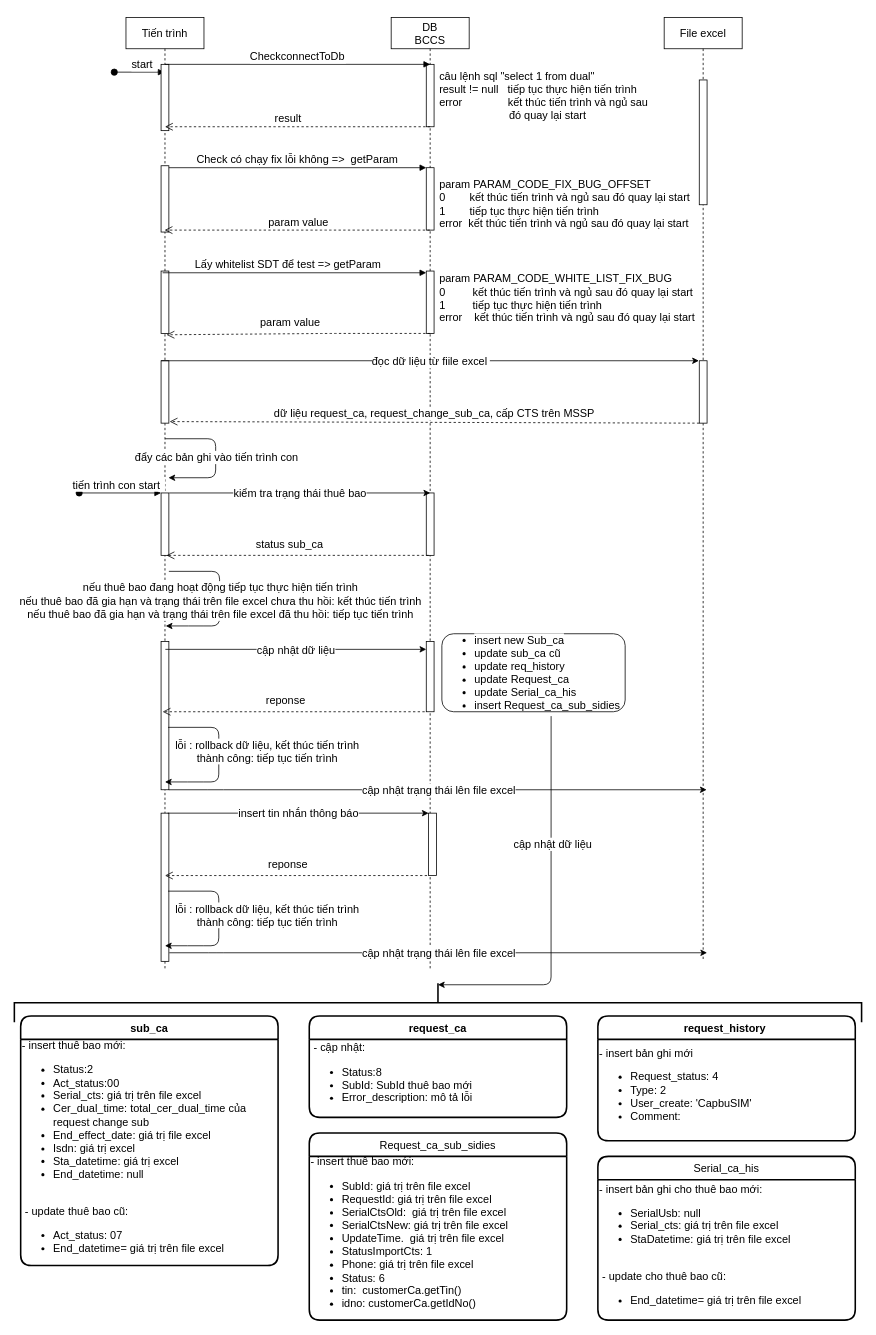
Earlier version of the draw.io diagram Untitled Diagram.drawio (tvthieu/testmerge). Source tidied: cells renumbered, new cells numbered last; positions are measured from the earlier drawing's top-left corner, leaving out a move shared by most shapes. Both pictures are drawn from the tidied source at 78%, with x=0, y=0 at pixel (20, 17).
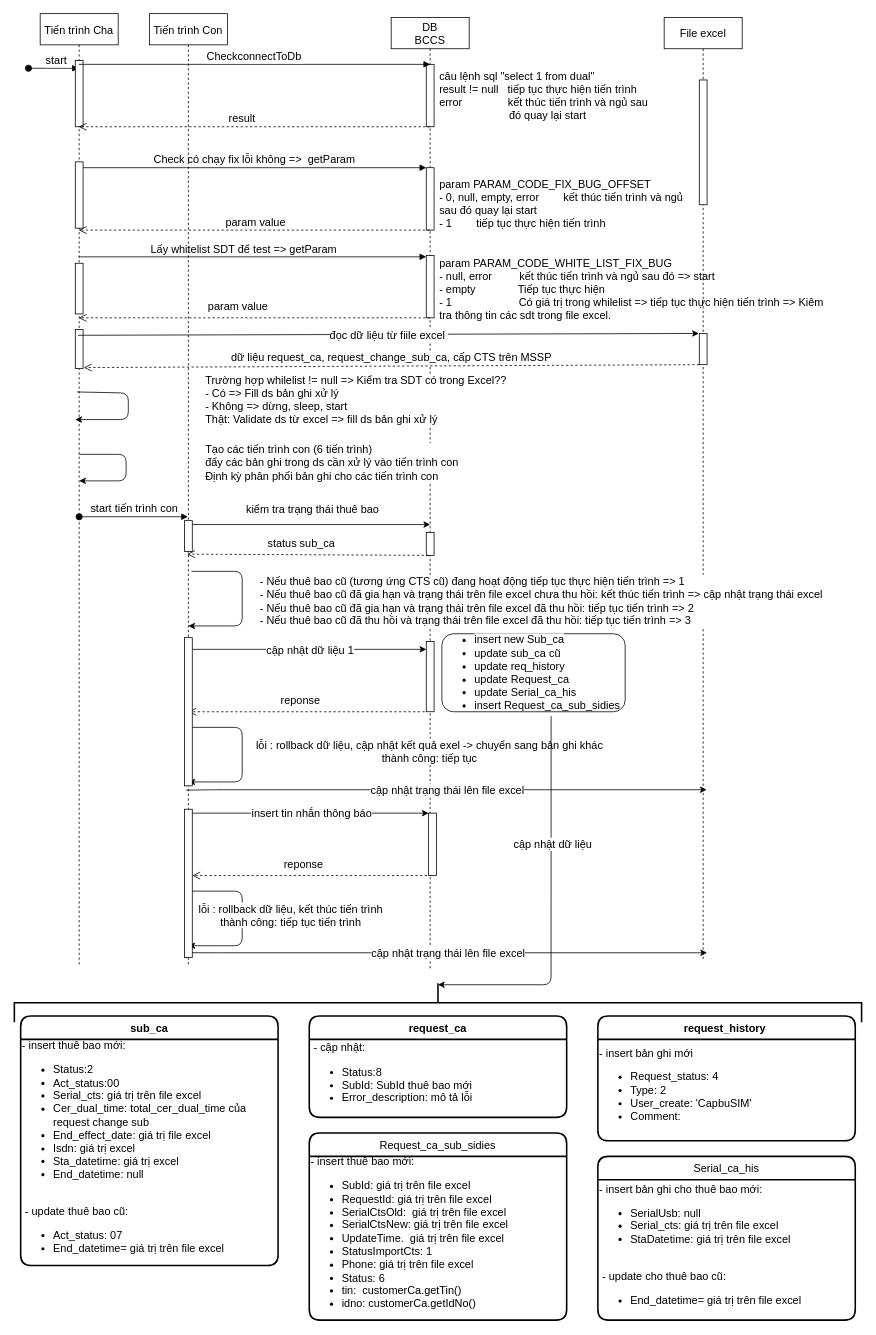
Above is the later version.

Unchanged cells that the change refers to:
```xml
<mxCell id="11" value="DB &#10;BCCS" style="shape=umlLifeline;perimeter=lifelinePerimeter;rounded=0;shadow=0;strokeWidth=1;fontSize=14;" parent="1" vertex="1">
  <mxGeometry x="475" width="100" height="1220" as="geometry" />
</mxCell>
<mxCell id="14" style="points=[];perimeter=orthogonalPerimeter;rounded=0;shadow=0;strokeWidth=1;fontSize=14;" parent="11" vertex="1">
  <mxGeometry x="45" y="60" width="10" height="80" as="geometry" />
</mxCell>
```

Diff of the diagram source:
```diff
@@
-    <mxCell id="2" value="Tiến trình" style="shape=umlLifeline;perimeter=lifelinePerimeter;rounded=0;shadow=0;strokeWidth=1;fontSize=14;" parent="1" vertex="1">
-      <mxGeometry x="135" width="100" height="1220" as="geometry" />
+    <mxCell id="2" value="Tiến trình Cha" style="shape=umlLifeline;perimeter=lifelinePerimeter;rounded=0;shadow=0;strokeWidth=1;fontSize=14;" parent="1" vertex="1">
+      <mxGeometry x="25" y="-5" width="100" height="1220" as="geometry" />
     </mxCell>
@@
     <mxCell id="5" style="points=[];perimeter=orthogonalPerimeter;rounded=0;shadow=0;strokeWidth=1;fontSize=14;" parent="2" vertex="1">
-      <mxGeometry x="45" y="440" width="10" height="80" as="geometry" />
+      <mxGeometry x="45" y="405" width="10" height="50" as="geometry" />
     </mxCell>
     <mxCell id="6" style="perimeter=orthogonalPerimeter;rounded=0;shadow=0;strokeWidth=1;fontSize=14;" parent="2" vertex="1">
-      <mxGeometry x="45" y="325" width="10" height="80" as="geometry" />
+      <mxGeometry x="45" y="320" width="10" height="65" as="geometry" />
     </mxCell>
@@
-    <mxCell id="8" style="perimeter=orthogonalPerimeter;rounded=0;shadow=0;strokeWidth=1;fontSize=14;" parent="2" vertex="1">
-      <mxGeometry x="45" y="609.5" width="10" height="80" as="geometry" />
-    </mxCell>
-    <mxCell id="9" style="points=[];perimeter=orthogonalPerimeter;rounded=0;shadow=0;strokeWidth=1;fontSize=14;" parent="2" vertex="1">
-      <mxGeometry x="45" y="800" width="10" height="190" as="geometry" />
-    </mxCell>
-    <mxCell id="10" style="points=[];perimeter=orthogonalPerimeter;rounded=0;shadow=0;strokeWidth=1;fontSize=14;" parent="2" vertex="1">
-      <mxGeometry x="45" y="1020" width="10" height="190" as="geometry" />
-    </mxCell>
@@
     <mxCell id="13" style="points=[];perimeter=orthogonalPerimeter;rounded=0;shadow=0;strokeWidth=1;fontSize=14;" parent="11" vertex="1">
-      <mxGeometry x="45" y="325" width="10" height="80" as="geometry" />
+      <mxGeometry x="45" y="305" width="10" height="80" as="geometry" />
     </mxCell>
@@
     <mxCell id="15" style="perimeter=orthogonalPerimeter;rounded=0;shadow=0;strokeWidth=1;fontSize=14;" parent="11" vertex="1">
-      <mxGeometry x="45" y="609.5" width="10" height="80" as="geometry" />
+      <mxGeometry x="45" y="660" width="10" height="29.5" as="geometry" />
     </mxCell>
@@
-    <mxCell id="18" value="param value" style="verticalAlign=bottom;endArrow=open;dashed=1;endSize=8;shadow=0;strokeWidth=1;fontSize=14;" parent="1" edge="1">
+    <mxCell id="18" value="param value" style="verticalAlign=bottom;endArrow=open;dashed=1;endSize=8;shadow=0;strokeWidth=1;fontSize=14;" parent="1" edge="1" target="2">
       <mxGeometry x="-0.01" relative="1" as="geometry">
         <mxPoint x="524.5" y="272.5" as="sourcePoint" />
-        <mxPoint x="184.5" y="272.5" as="targetPoint" />
         <Array as="points">
           <mxPoint x="395" y="272.5" />
         </Array>
       </mxGeometry>
     </mxCell>
@@
-    <mxCell id="22" value="&lt;div&gt;param&amp;nbsp;PARAM_CODE_FIX_BUG_OFFSET&amp;nbsp;&amp;nbsp;&lt;/div&gt;0&amp;nbsp; &amp;nbsp; &amp;nbsp; &amp;nbsp; kết thúc tiến trình và ngủ sau đó quay lại start&lt;div style=&quot;font-size: 14px&quot;&gt;1&amp;nbsp; &amp;nbsp; &amp;nbsp; &amp;nbsp; tiếp tục thực hiện tiến trình&lt;/div&gt;error&amp;nbsp; kết thúc tiến trình và ngủ sau đó quay lại start" style="text;html=1;strokeColor=none;fillColor=none;align=left;verticalAlign=middle;whiteSpace=wrap;rounded=0;fontSize=14;" parent="1" vertex="1">
+    <mxCell id="22" value="&lt;div&gt;param&amp;nbsp;PARAM_CODE_FIX_BUG_OFFSET&amp;nbsp;&amp;nbsp;&lt;/div&gt;- 0, null, empty, error&amp;nbsp; &amp;nbsp; &amp;nbsp; &amp;nbsp; kết thúc tiến trình và ngủ sau đó quay lại start&lt;div style=&quot;font-size: 14px&quot;&gt;- 1&amp;nbsp; &amp;nbsp; &amp;nbsp; &amp;nbsp; tiếp tục thực hiện tiến trình&lt;/div&gt;" style="text;html=1;strokeColor=none;fillColor=none;align=left;verticalAlign=middle;whiteSpace=wrap;rounded=0;fontSize=14;" parent="1" vertex="1">
       <mxGeometry x="535" y="207.5" width="330" height="62.5" as="geometry" />
     </mxCell>
-    <mxCell id="23" value="Lấy whitelist SDT để test =&gt; getParam" style="verticalAlign=bottom;endArrow=block;shadow=0;strokeWidth=1;exitX=0.47;exitY=0.312;exitDx=0;exitDy=0;exitPerimeter=0;fontSize=14;" parent="1" edge="1" target="13">
+    <mxCell id="23" value="Lấy whitelist SDT để test =&gt; getParam" style="verticalAlign=bottom;endArrow=block;shadow=0;strokeWidth=1;exitX=0.493;exitY=0.272;exitDx=0;exitDy=0;exitPerimeter=0;fontSize=14;" parent="1" edge="1" target="13">
       <mxGeometry x="-0.05" relative="1" as="geometry">
-        <mxPoint x="182" y="327.2" as="sourcePoint" />
+        <mxPoint x="74.3" y="306.8" as="sourcePoint" />
       </mxGeometry>
     </mxCell>
-    <mxCell id="24" value="param PARAM_CODE_WHITE_LIST_FIX_BUG&lt;br style=&quot;font-size: 14px;&quot;&gt;0&amp;nbsp; &amp;nbsp; &amp;nbsp; &amp;nbsp; &amp;nbsp;kết thúc tiến trình và ngủ sau đó quay lại start&lt;br style=&quot;font-size: 14px;&quot;&gt;1&amp;nbsp; &amp;nbsp; &amp;nbsp; &amp;nbsp; &amp;nbsp;tiếp tục thực hiện tiến trình&lt;br style=&quot;font-size: 14px;&quot;&gt;error&amp;nbsp; &amp;nbsp; kết thúc tiến trình và ngủ sau đó quay lại start" style="text;whiteSpace=wrap;html=1;fontSize=14;" parent="1" vertex="1">
-      <mxGeometry x="535" y="320" width="330" height="85" as="geometry" />
+    <mxCell id="24" value="param PARAM_CODE_WHITE_LIST_FIX_BUG&lt;br style=&quot;font-size: 14px&quot;&gt;- null, error&amp;nbsp; &amp;nbsp; &amp;nbsp; &amp;nbsp; &amp;nbsp;kết thúc tiến trình và ngủ sau đó =&amp;gt; start&lt;br style=&quot;font-size: 14px&quot;&gt;- empty&amp;nbsp; &amp;nbsp; &amp;nbsp; &amp;nbsp; &amp;nbsp; &amp;nbsp; &amp;nbsp; Tiếp tục thực hiện&lt;br&gt;- 1&amp;nbsp; &amp;nbsp; &amp;nbsp; &amp;nbsp; &amp;nbsp; &amp;nbsp; &amp;nbsp; &amp;nbsp; &amp;nbsp; &amp;nbsp; &amp;nbsp; Có giá trị trong whilelist =&amp;gt; tiếp tục thực hiện tiến trình =&amp;gt; Kiêm tra thông tin các sdt trong file excel." style="text;whiteSpace=wrap;html=1;fontSize=14;" parent="1" vertex="1">
+      <mxGeometry x="535" y="300" width="510" height="85" as="geometry" />
     </mxCell>
-    <mxCell id="25" value="param value" style="verticalAlign=bottom;endArrow=open;dashed=1;endSize=8;shadow=0;strokeWidth=1;entryX=0.52;entryY=0.429;entryDx=0;entryDy=0;entryPerimeter=0;fontSize=14;" parent="1" edge="1">
+    <mxCell id="25" value="param value" style="verticalAlign=bottom;endArrow=open;dashed=1;endSize=8;shadow=0;strokeWidth=1;fontSize=14;" parent="1" edge="1">
       <mxGeometry x="0.18" y="-20" relative="1" as="geometry">
-        <mxPoint x="525" y="405" as="sourcePoint" />
-        <mxPoint x="187" y="406.7" as="targetPoint" />
+        <mxPoint x="525" y="385" as="sourcePoint" />
+        <mxPoint x="74.4" y="385" as="targetPoint" />
         <Array as="points">
-          <mxPoint x="395.5" y="405" />
+          <mxPoint x="395.5" y="385" />
         </Array>
         <mxPoint x="20" y="16" as="offset" />
       </mxGeometry>
     </mxCell>
-    <mxCell id="26" value="CheckconnectToDb" style="verticalAlign=bottom;endArrow=block;entryX=0.5;entryY=0;shadow=0;strokeWidth=1;entryDx=0;entryDy=0;entryPerimeter=0;fontSize=14;" parent="1" edge="1" target="14">
-      <mxGeometry relative="1" as="geometry">
-        <mxPoint x="185" y="60" as="sourcePoint" />
-      </mxGeometry>
+    <mxCell id="26" value="CheckconnectToDb" style="verticalAlign=bottom;endArrow=block;entryX=0.5;entryY=0;shadow=0;strokeWidth=1;entryDx=0;entryDy=0;entryPerimeter=0;fontSize=14;" parent="1" edge="1" source="2" target="14">
+      <mxGeometry relative="1" as="geometry" />
     </mxCell>
-    <mxCell id="27" value="result " style="verticalAlign=bottom;endArrow=open;dashed=1;endSize=8;shadow=0;strokeWidth=1;fontSize=14;" parent="1" edge="1">
+    <mxCell id="27" value="result " style="verticalAlign=bottom;endArrow=open;dashed=1;endSize=8;shadow=0;strokeWidth=1;fontSize=14;" parent="1" edge="1" target="2">
       <mxGeometry x="0.06" relative="1" as="geometry">
         <mxPoint x="525" y="140" as="sourcePoint" />
-        <mxPoint x="185" y="140" as="targetPoint" />
       </mxGeometry>
     </mxCell>
@@
     <mxCell id="29" style="points=[];perimeter=orthogonalPerimeter;rounded=0;shadow=0;strokeWidth=1;fontSize=14;" parent="1" vertex="1">
-      <mxGeometry x="870" y="440" width="10" height="80" as="geometry" />
+      <mxGeometry x="870" y="405" width="10" height="40" as="geometry" />
     </mxCell>
-    <mxCell id="30" style="endArrow=classic;html=1;fontSize=14;" parent="1" edge="1">
+    <mxCell id="30" style="endArrow=classic;html=1;fontSize=14;exitX=0.483;exitY=0.338;exitDx=0;exitDy=0;exitPerimeter=0;" parent="1" edge="1" source="2">
       <mxGeometry relative="1" as="geometry">
-        <mxPoint x="180" y="440" as="sourcePoint" />
-        <mxPoint x="869.5" y="440" as="targetPoint" />
+        <mxPoint x="869.5" y="405" as="targetPoint" />
       </mxGeometry>
     </mxCell>
@@
-    <mxCell id="33" style="endArrow=classic;html=1;fontSize=14;" parent="1" edge="1">
+    <mxCell id="33" style="endArrow=classic;html=1;fontSize=14;" parent="1" edge="1" source="72">
       <mxGeometry relative="1" as="geometry">
-        <mxPoint x="190.5" y="609.5" as="sourcePoint" />
-        <mxPoint x="525" y="609.5" as="targetPoint" />
+        <mxPoint x="525" y="650" as="targetPoint" />
       </mxGeometry>
     </mxCell>
     <mxCell id="34" value="kiểm tra trạng thái thuê bao" style="edgeLabel;html=1;align=center;verticalAlign=middle;fontSize=14;" parent="33" vertex="1">
-      <mxGeometry relative="1" as="geometry" />
+      <mxGeometry relative="1" as="geometry">
+        <mxPoint y="-20" as="offset" />
+      </mxGeometry>
     </mxCell>
-    <mxCell id="35" value="status sub_ca" style="verticalAlign=bottom;endArrow=open;dashed=1;endSize=8;shadow=0;strokeWidth=1;fontSize=14;" parent="1" edge="1">
+    <mxCell id="35" value="status sub_ca" style="verticalAlign=bottom;endArrow=open;dashed=1;endSize=8;shadow=0;strokeWidth=1;fontSize=14;entryX=0.483;entryY=0.568;entryDx=0;entryDy=0;entryPerimeter=0;" parent="1" edge="1" target="71">
       <mxGeometry x="0.18" y="-20" relative="1" as="geometry">
         <mxPoint x="523" y="689.5" as="sourcePoint" />
-        <mxPoint x="187" y="689.5" as="targetPoint" />
         <mxPoint x="20" y="16" as="offset" />
       </mxGeometry>
     </mxCell>
     <mxCell id="36" style="endArrow=classic;html=1;fontSize=14;" parent="1" edge="1">
       <mxGeometry relative="1" as="geometry">
-        <mxPoint x="185" y="540" as="sourcePoint" />
-        <mxPoint x="189.5" y="590" as="targetPoint" />
+        <mxPoint x="75" y="560" as="sourcePoint" />
+        <mxPoint x="75" y="594" as="targetPoint" />
         <Array as="points">
-          <mxPoint x="250" y="540" />
-          <mxPoint x="250" y="590" />
+          <mxPoint x="135.2" y="560" />
+          <mxPoint x="135.2" y="594" />
         </Array>
       </mxGeometry>
     </mxCell>
-    <mxCell id="37" value="đẩy các bản ghi vào tiến trình con&lt;br style=&quot;font-size: 14px;&quot;&gt;" style="edgeLabel;html=1;align=center;verticalAlign=middle;fontSize=14;" parent="36" vertex="1">
-      <mxGeometry relative="1" as="geometry" />
+    <mxCell id="37" value="Tạo các tiến trình con (6 tiến trình)&lt;br&gt;đẩy các bản ghi trong ds cần xử lý vào tiến trình con&lt;br&gt;Định kỳ phân phối bản ghi cho các tiến trình con" style="edgeLabel;html=1;align=left;verticalAlign=middle;fontSize=14;" parent="36" vertex="1">
+      <mxGeometry relative="1" as="geometry">
+        <mxPoint x="99.8" y="-6.6" as="offset" />
+      </mxGeometry>
     </mxCell>
-    <mxCell id="38" value="tiến trình con start " style="verticalAlign=bottom;startArrow=oval;endArrow=block;startSize=8;shadow=0;strokeWidth=1;fontSize=14;" parent="1" edge="1">
-      <mxGeometry x="-0.05" relative="1" as="geometry">
-        <mxPoint x="75" y="609.5" as="sourcePoint" />
-        <mxPoint x="180" y="609.5" as="targetPoint" />
+    <mxCell id="38" value=" start tiến trình con" style="verticalAlign=bottom;startArrow=oval;endArrow=block;startSize=8;shadow=0;strokeWidth=1;fontSize=14;" parent="1" edge="1" target="71">
+      <mxGeometry relative="1" as="geometry">
+        <mxPoint x="75" y="640" as="sourcePoint" />
+        <mxPoint x="-1" as="offset" />
       </mxGeometry>
     </mxCell>
     <mxCell id="39" style="endArrow=classic;html=1;fontSize=14;" parent="1" edge="1">
       <mxGeometry relative="1" as="geometry">
-        <mxPoint x="190" y="710" as="sourcePoint" />
-        <mxPoint x="186" y="780" as="targetPoint" />
+        <mxPoint x="219" y="710" as="sourcePoint" />
+        <mxPoint x="215" y="780" as="targetPoint" />
         <Array as="points">
-          <mxPoint x="255" y="710" />
-          <mxPoint x="255" y="780" />
-          <mxPoint x="225" y="780" />
+          <mxPoint x="284" y="710" />
+          <mxPoint x="284" y="780" />
+          <mxPoint x="254" y="780" />
         </Array>
       </mxGeometry>
     </mxCell>
-    <mxCell id="40" value="nếu thuê bao đang hoạt động tiếp tục thực hiện tiến trình&lt;br style=&quot;font-size: 14px;&quot;&gt;nếu thuê bao đã gia hạn và trạng thái trên file excel chưa thu hồi: kết thúc tiến trình&lt;br style=&quot;font-size: 14px;&quot;&gt;nếu thuê bao đã gia hạn và trạng thái trên file excel đã thu hồi: tiếp&amp;nbsp;tục tiến trình" style="edgeLabel;html=1;align=center;verticalAlign=middle;fontSize=14;" parent="39" vertex="1">
-      <mxGeometry relative="1" as="geometry" />
+    <mxCell id="40" value="- Nếu thuê bao cũ (tương ứng CTS cũ) đang hoạt động tiếp tục thực hiện tiến trình =&amp;gt; 1&lt;br style=&quot;font-size: 14px&quot;&gt;- Nếu thuê bao cũ đã gia hạn và trạng thái trên file excel chưa thu hồi: kết thúc tiến trình =&amp;gt; cập nhật trạng thái excel&lt;br style=&quot;font-size: 14px&quot;&gt;- Nếu thuê bao cũ đã gia hạn và trạng thái trên file excel đã thu hồi: tiếp&amp;nbsp;tục tiến trình =&amp;gt; 2&lt;br&gt;- Nếu thuê bao cũ đã thu hồi và trạng thái trên file excel đã thu hồi: tiếp&amp;nbsp;tục tiến trình =&amp;gt; 3" style="edgeLabel;html=1;align=left;verticalAlign=middle;fontSize=14;" parent="39" vertex="1">
+      <mxGeometry relative="1" as="geometry">
+        <mxPoint x="21" as="offset" />
+      </mxGeometry>
     </mxCell>
-    <mxCell id="41" style="endArrow=classic;html=1;fontSize=14;" parent="1" edge="1">
+    <mxCell id="41" style="endArrow=classic;html=1;fontSize=14;" parent="1" edge="1" source="9">
       <mxGeometry relative="1" as="geometry">
-        <mxPoint x="185.5" y="810" as="sourcePoint" />
         <mxPoint x="520" y="810" as="targetPoint" />
       </mxGeometry>
     </mxCell>
-    <mxCell id="42" value="cập nhật dữ liệu" style="edgeLabel;html=1;align=center;verticalAlign=middle;fontSize=14;" parent="41" vertex="1">
+    <mxCell id="42" value="cập nhật dữ liệu 1" style="edgeLabel;html=1;align=center;verticalAlign=middle;fontSize=14;" parent="41" vertex="1">
       <mxGeometry relative="1" as="geometry" />
     </mxCell>
-    <mxCell id="43" value="reponse" style="verticalAlign=bottom;endArrow=open;dashed=1;endSize=8;shadow=0;strokeWidth=1;fontSize=14;" parent="1" edge="1">
+    <mxCell id="43" value="reponse" style="verticalAlign=bottom;endArrow=open;dashed=1;endSize=8;shadow=0;strokeWidth=1;fontSize=14;entryX=0.5;entryY=0.5;entryDx=0;entryDy=0;entryPerimeter=0;" parent="1" edge="1" target="9">
       <mxGeometry x="0.18" y="-20" relative="1" as="geometry">
         <mxPoint x="518" y="890" as="sourcePoint" />
-        <mxPoint x="182" y="890" as="targetPoint" />
         <mxPoint x="20" y="16" as="offset" />
       </mxGeometry>
     </mxCell>
-    <mxCell id="44" style="endArrow=classic;html=1;fontSize=14;" parent="1" edge="1">
+    <mxCell id="44" style="endArrow=classic;html=1;fontSize=14;exitX=0.472;exitY=0.816;exitDx=0;exitDy=0;exitPerimeter=0;" parent="1" edge="1" source="71">
       <mxGeometry relative="1" as="geometry">
-        <mxPoint x="190" y="990" as="sourcePoint" />
         <mxPoint x="879.5" y="990" as="targetPoint" />
         <Array as="points">
           <mxPoint x="250" y="990" />
         </Array>
       </mxGeometry>
     </mxCell>
@@
-    <mxCell id="46" style="endArrow=classic;html=1;fontSize=14;" parent="1" edge="1">
+    <mxCell id="46" style="endArrow=classic;html=1;fontSize=14;" parent="1" edge="1" source="10">
       <mxGeometry relative="1" as="geometry">
-        <mxPoint x="188.5" y="1020" as="sourcePoint" />
         <mxPoint x="523" y="1020" as="targetPoint" />
       </mxGeometry>
     </mxCell>
@@
-    <mxCell id="48" value="reponse" style="verticalAlign=bottom;endArrow=open;dashed=1;endSize=8;shadow=0;strokeWidth=1;fontSize=14;" parent="1" edge="1">
+    <mxCell id="48" value="reponse" style="verticalAlign=bottom;endArrow=open;dashed=1;endSize=8;shadow=0;strokeWidth=1;fontSize=14;" parent="1" edge="1" target="10">
       <mxGeometry x="0.18" y="-20" relative="1" as="geometry">
         <mxPoint x="521" y="1100" as="sourcePoint" />
-        <mxPoint x="185" y="1100" as="targetPoint" />
         <mxPoint x="20" y="16" as="offset" />
       </mxGeometry>
     </mxCell>
-    <mxCell id="49" style="endArrow=classic;html=1;fontSize=14;" parent="1" edge="1">
+    <mxCell id="49" style="endArrow=classic;html=1;fontSize=14;exitX=0.5;exitY=0.968;exitDx=0;exitDy=0;exitPerimeter=0;" parent="1" edge="1" source="10">
       <mxGeometry relative="1" as="geometry">
-        <mxPoint x="190.5" y="1199" as="sourcePoint" />
         <mxPoint x="880" y="1199" as="targetPoint" />
         <Array as="points">
           <mxPoint x="250.5" y="1199" />
         </Array>
       </mxGeometry>
     </mxCell>
@@
     <mxCell id="51" style="endArrow=classic;html=1;fontSize=14;" parent="1" edge="1">
       <mxGeometry relative="1" as="geometry">
-        <mxPoint x="189" y="910" as="sourcePoint" />
-        <mxPoint x="185" y="980" as="targetPoint" />
+        <mxPoint x="219" y="910" as="sourcePoint" />
+        <mxPoint x="215" y="980" as="targetPoint" />
         <Array as="points">
-          <mxPoint x="254" y="910" />
+          <mxPoint x="284" y="910" />
+          <mxPoint x="284" y="980" />
           <mxPoint x="254" y="980" />
-          <mxPoint x="224" y="980" />
         </Array>
       </mxGeometry>
     </mxCell>
-    <mxCell id="52" value="lỗi : rollback dữ liệu, kết thúc tiến trình&lt;br style=&quot;font-size: 14px;&quot;&gt;thành công: tiếp tục tiến trình" style="edgeLabel;html=1;align=center;verticalAlign=middle;fontSize=14;" parent="51" vertex="1">
+    <mxCell id="52" value="lỗi : rollback dữ liệu, cập nhật kết quả exel -&amp;gt; chuyển sang bản ghi khác&lt;br style=&quot;font-size: 14px&quot;&gt;thành công: tiếp tục" style="edgeLabel;html=1;align=center;verticalAlign=middle;fontSize=14;" parent="51" vertex="1">
       <mxGeometry relative="1" as="geometry">
-        <mxPoint x="61" y="-7" as="offset" />
+        <mxPoint x="239" y="-7" as="offset" />
       </mxGeometry>
     </mxCell>
     <mxCell id="53" style="endArrow=classic;html=1;fontSize=14;" parent="1" edge="1">
       <mxGeometry relative="1" as="geometry">
-        <mxPoint x="189" y="1120" as="sourcePoint" />
-        <mxPoint x="185" y="1190" as="targetPoint" />
+        <mxPoint x="219" y="1120" as="sourcePoint" />
+        <mxPoint x="215" y="1190" as="targetPoint" />
         <Array as="points">
-          <mxPoint x="254" y="1120" />
+          <mxPoint x="284" y="1120" />
+          <mxPoint x="284" y="1190" />
           <mxPoint x="254" y="1190" />
-          <mxPoint x="224" y="1190" />
         </Array>
       </mxGeometry>
     </mxCell>
@@
+    <mxCell id="69" style="endArrow=classic;html=1;fontSize=14;entryX=0.472;entryY=0.45;entryDx=0;entryDy=0;entryPerimeter=0;exitX=0.493;exitY=0.421;exitDx=0;exitDy=0;exitPerimeter=0;" parent="1" edge="1">
+      <mxGeometry relative="1" as="geometry">
+        <mxPoint x="72.1" y="480" as="sourcePoint" />
+        <mxPoint x="70" y="515.4" as="targetPoint" />
+        <Array as="points">
+          <mxPoint x="138" y="481.4" />
+          <mxPoint x="138" y="515.4" />
+        </Array>
+      </mxGeometry>
+    </mxCell>
+    <mxCell id="70" value="Trường hợp whilelist != null =&amp;gt; Kiểm tra SDT có trong Excel??&lt;br&gt;- Có =&amp;gt; Fill ds bản ghi xử lý&lt;br&gt;- Không =&amp;gt; dừng, sleep, start&lt;br&gt;&lt;div&gt;Thật: Validate ds từ excel =&amp;gt; fill ds bản ghi xử lý&lt;/div&gt;" style="edgeLabel;html=1;align=left;verticalAlign=middle;fontSize=14;" parent="69" vertex="1">
+      <mxGeometry relative="1" as="geometry">
+        <mxPoint x="97" y="-9.7" as="offset" />
+      </mxGeometry>
+    </mxCell>
+    <mxCell id="71" value="Tiến trình Con" style="shape=umlLifeline;perimeter=lifelinePerimeter;rounded=0;shadow=0;strokeWidth=1;fontSize=14;" parent="1" vertex="1">
+      <mxGeometry x="165" y="-5" width="100" height="1220" as="geometry" />
+    </mxCell>
+    <mxCell id="72" style="points=[];perimeter=orthogonalPerimeter;rounded=0;shadow=0;strokeWidth=1;fontSize=14;" parent="71" vertex="1">
+      <mxGeometry x="45" y="650" width="10" height="39.5" as="geometry" />
+    </mxCell>
+    <mxCell id="9" style="points=[];perimeter=orthogonalPerimeter;rounded=0;shadow=0;strokeWidth=1;fontSize=14;" parent="71" vertex="1">
+      <mxGeometry x="45" y="800" width="10" height="190" as="geometry" />
+    </mxCell>
+    <mxCell id="10" style="points=[];perimeter=orthogonalPerimeter;rounded=0;shadow=0;strokeWidth=1;fontSize=14;" parent="71" vertex="1">
+      <mxGeometry x="45" y="1020" width="10" height="190" as="geometry" />
+    </mxCell>
```
